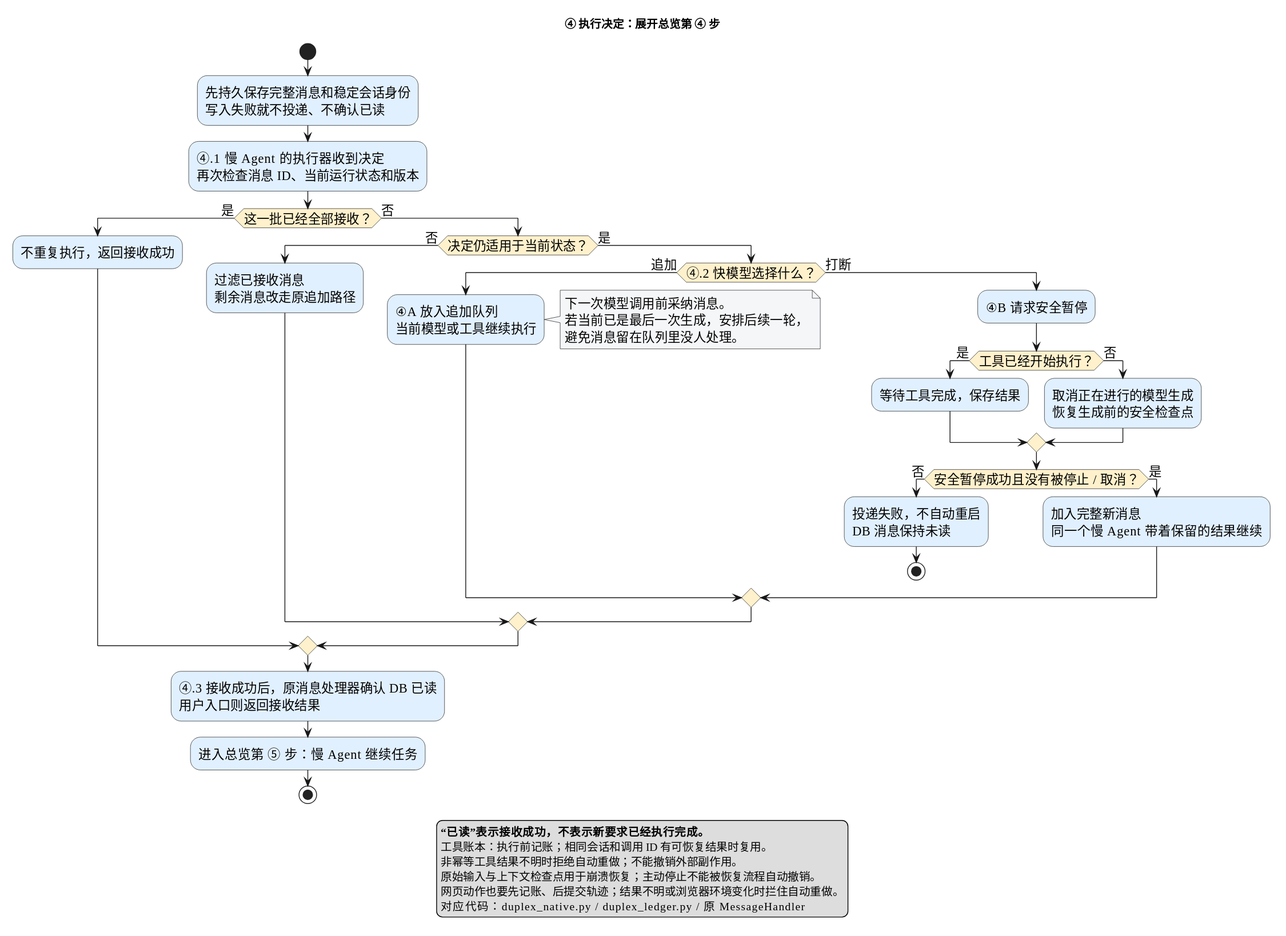
This is docs/diagrams/duplex-detail-04-apply.svg from zuiho-kai/jiuwenswarm, a PlantUML export, as it was before one commit. Its diagram source:
```plantuml
@startuml
title ④ 执行决定：展开总览第 ④ 步
skinparam defaultFontName Microsoft YaHei
skinparam defaultFontSize 16
skinparam shadowing false
skinparam activityBackgroundColor #E1F0FF
skinparam activityDiamondBackgroundColor #FFF1CC
skinparam noteBackgroundColor #F5F6F8
start
:先持久保存完整消息和稳定会话身份\n写入失败就不投递、不确认已读;
:④.1 慢 Agent 的执行器收到决定\n再次检查消息 ID、当前运行状态和版本;
if (这一批已经全部接收？) then (是)
  :不重复执行，返回接收成功;
else (否)
  if (决定仍适用于当前状态？) then (否)
    :过滤已接收消息\n剩余消息改走原追加路径;
  else (是)
    if (④.2 快模型选择什么？) then (追加)
      :④A 放入追加队列\n当前模型或工具继续执行;
      note right
        下一次模型调用前采纳消息。
        若当前已是最后一次生成，安排后续一轮，
        避免消息留在队列里没人处理。
      end note
    else (打断)
      :④B 请求安全暂停;
      if (工具已经开始执行？) then (是)
        :等待工具完成，保存结果;
      else (否)
        :取消正在进行的模型生成\n恢复生成前的安全检查点;
      endif
      if (安全暂停成功且没有被停止 / 取消？) then (否)
        :投递失败，不自动重启\nDB 消息保持未读;
        stop
      else (是)
        :加入完整新消息\n同一个慢 Agent 带着保留的结果继续;
      endif
    endif
  endif
endif
:④.3 接收成功后，原消息处理器确认 DB 已读\n用户入口则返回接收结果;
:进入总览第 ⑤ 步：慢 Agent 继续任务;
stop
legend bottom
  **“已读”表示接收成功，不表示新要求已经执行完成。**
  工具账本：执行前记账；相同会话和调用 ID 有可恢复结果时复用。
  非幂等工具结果不明时拒绝自动重做；不能撤销外部副作用。
  原始输入与上下文检查点用于崩溃恢复；主动停止不能被恢复流程自动撤销。
  网页动作也要先记账、后提交轨迹；结果不明或浏览器环境变化时拦住自动重做。
  对应代码：duplex_native.py / duplex_ledger.py / 原 MessageHandler
endlegend
@enduml
```
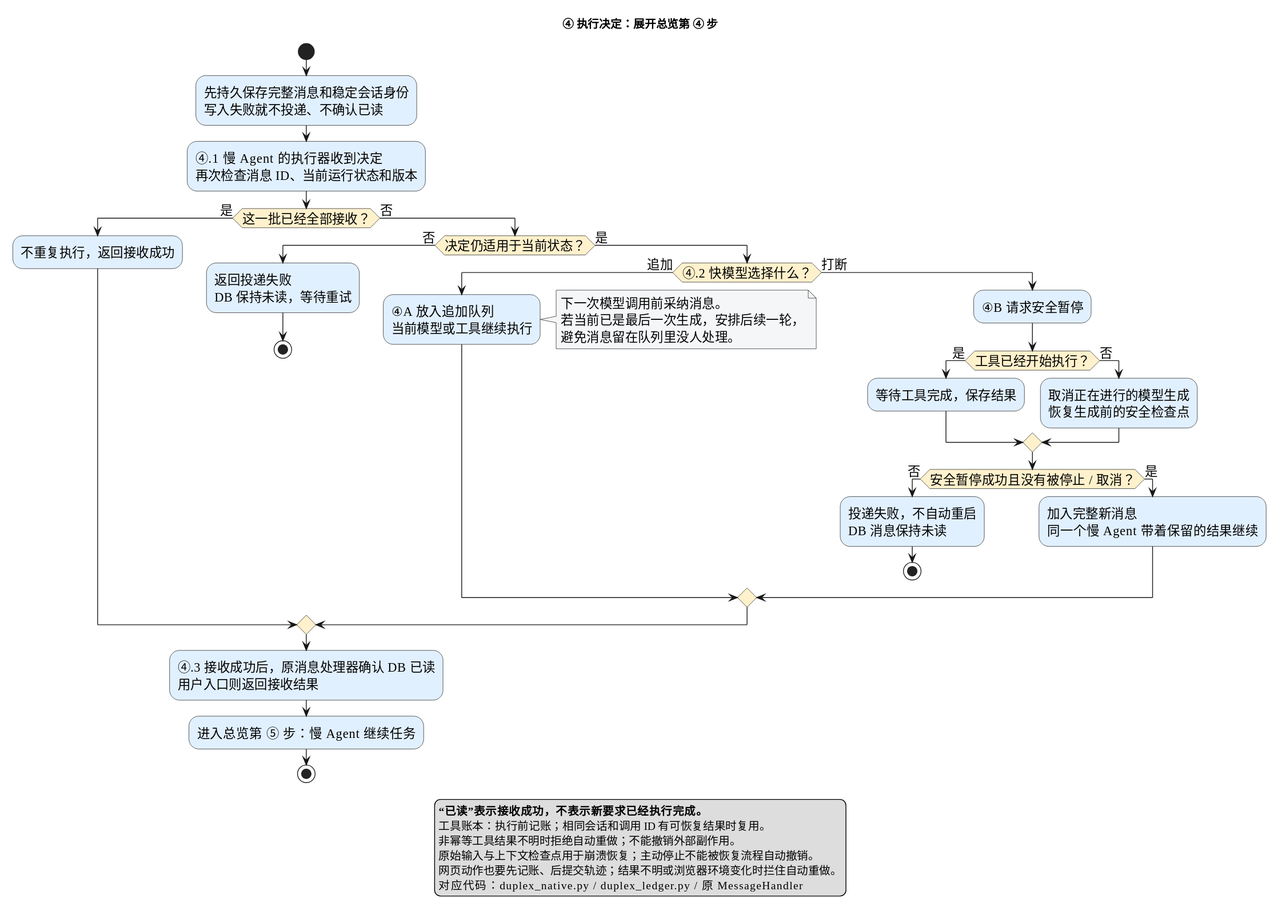
The same diagram one commit later.

The edit, as a diff of the source:
```diff
@@ -13,7 +13,8 @@
   :不重复执行，返回接收成功;
 else (否)
   if (决定仍适用于当前状态？) then (否)
-    :过滤已接收消息\n剩余消息改走原追加路径;
+    :返回投递失败\nDB 保持未读，等待重试;
+    stop
   else (是)
     if (④.2 快模型选择什么？) then (追加)
       :④A 放入追加队列\n当前模型或工具继续执行;
```
